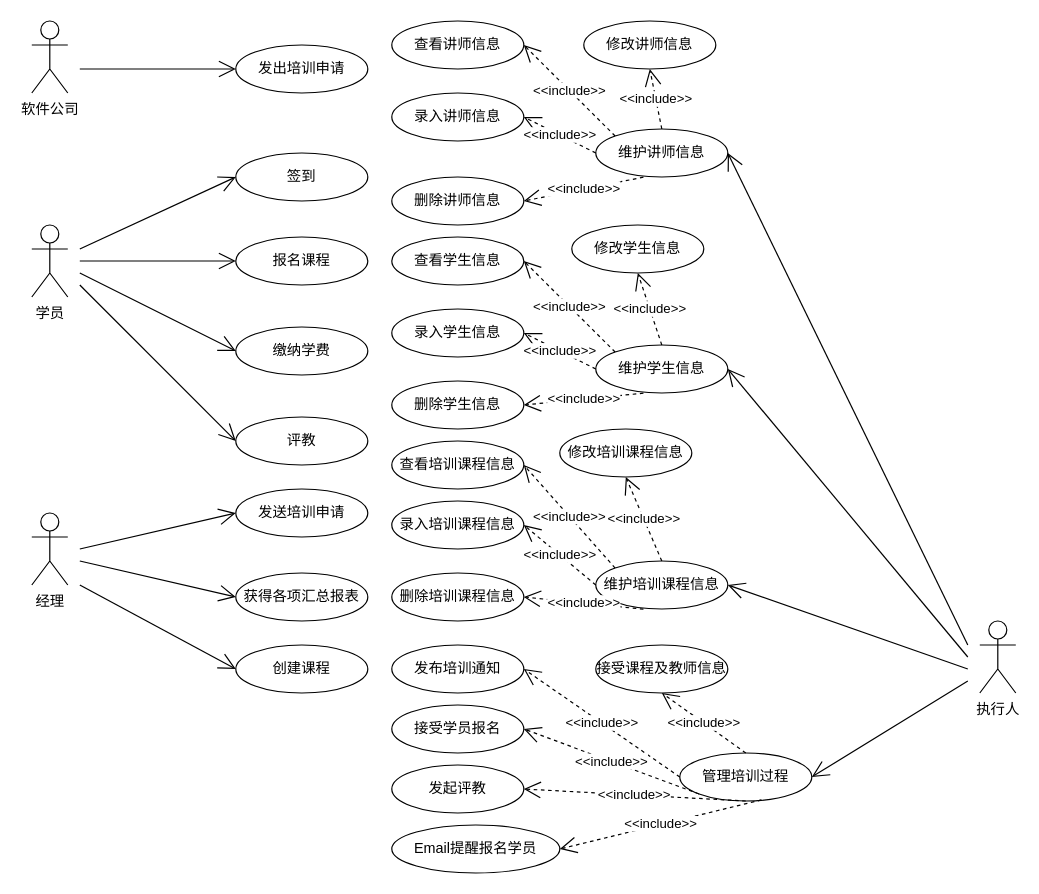
This is 增量1UML.drawio from LYF7314/Training-Information-Management-System, a draw.io file, before an edit. Source tidied: cells renumbered, new cells numbered last; positions are measured from the earlier drawing's top-left corner, leaving out a move shared by most shapes. Both pictures are drawn from the tidied source at 120%, with x=0, y=0 at pixel (31, 20).
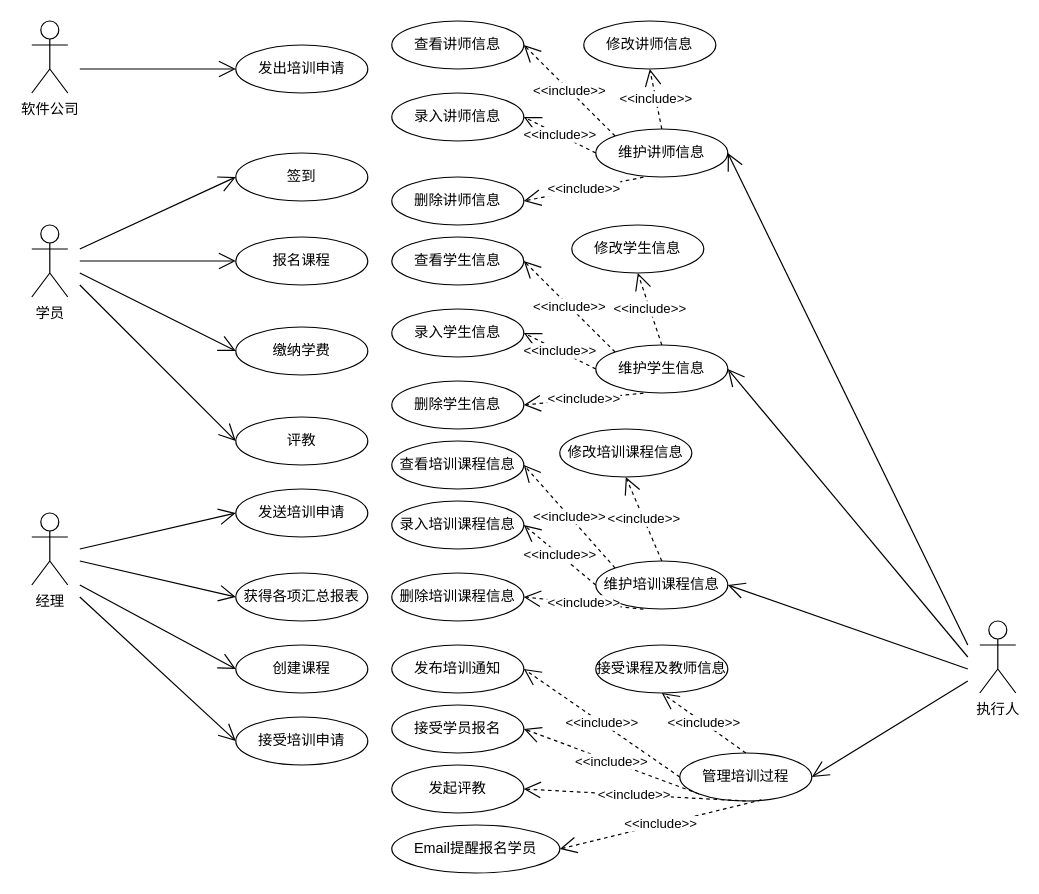
The same diagram, later.

Diff of the diagram source:
```diff
@@
+    <mxCell id="64" value="接受培训申请" style="ellipse;whiteSpace=wrap;html=1;" parent="1" vertex="1">
+      <mxGeometry x="170" y="580" width="110" height="40" as="geometry" />
+    </mxCell>
+    <mxCell id="65" style="endArrow=open;endFill=1;endSize=12;html=1;rounded=0;entryX=0;entryY=0.5;entryDx=0;entryDy=0;" parent="1" edge="1" target="64">
+      <mxGeometry relative="1" as="geometry">
+        <mxPoint x="40" y="480" as="sourcePoint" />
+      </mxGeometry>
+    </mxCell>
```
